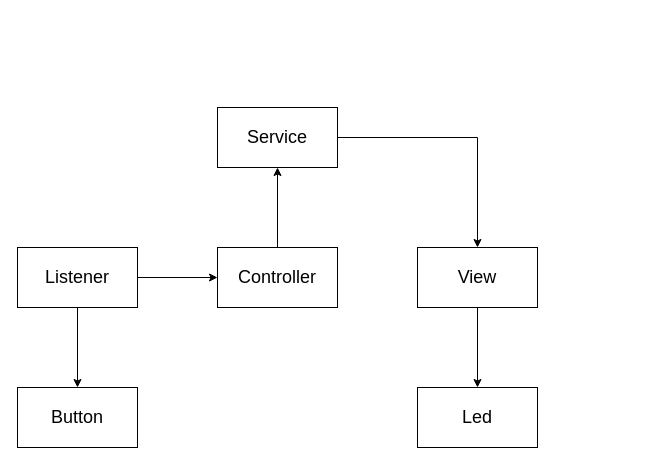
This is page "페이지-1" (1 of 2) of sw_design/architecture.drawio from parkertedlee/StandLight_Clock, a draw.io file, before an edit. Source tidied: cells renumbered, new cells numbered last; positions are measured from the earlier drawing's top-left corner, leaving out a move shared by most shapes. Both pictures are drawn from the tidied source at 100%, with x=0, y=0 at pixel (17, 107).
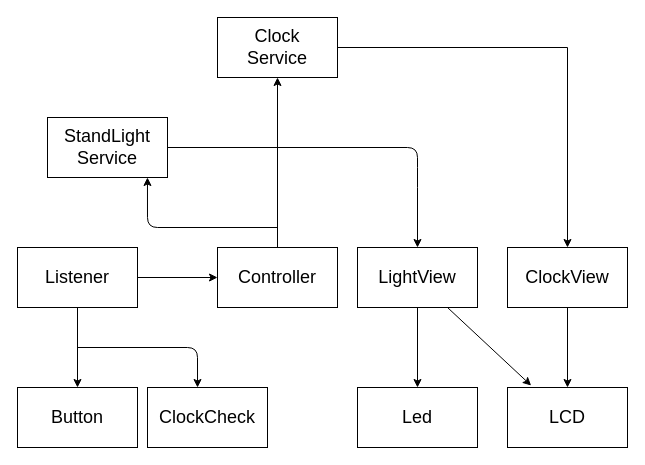
The same diagram, later.

The edit, as a diff of the source:
```diff
@@
-    <mxCell id="9" value="View" style="whiteSpace=wrap;html=1;fontSize=18;" parent="1" vertex="1">
-      <mxGeometry x="400" y="140" width="120" height="60" as="geometry" />
+    <mxCell id="9" value="ClockView" style="whiteSpace=wrap;html=1;fontSize=18;" parent="1" vertex="1">
+      <mxGeometry x="490" y="140" width="120" height="60" as="geometry" />
     </mxCell>
-    <mxCell id="10" value="Led" style="whiteSpace=wrap;html=1;fontSize=18;" parent="1" vertex="1">
-      <mxGeometry x="400" y="280" width="120" height="60" as="geometry" />
+    <mxCell id="10" value="LCD" style="whiteSpace=wrap;html=1;fontSize=18;" parent="1" vertex="1">
+      <mxGeometry x="490" y="280" width="120" height="60" as="geometry" />
     </mxCell>
     <mxCell id="11" style="edgeStyle=orthogonalEdgeStyle;html=1;exitX=1;exitY=0.5;exitDx=0;exitDy=0;entryX=0.5;entryY=0;entryDx=0;entryDy=0;fontSize=18;rounded=0;" parent="1" edge="1" source="12" target="9">
-      <mxGeometry relative="1" as="geometry" />
+      <mxGeometry relative="1" as="geometry">
+        <Array as="points">
+          <mxPoint x="550" y="-60" />
+          <mxPoint x="550" y="140" />
+        </Array>
+      </mxGeometry>
     </mxCell>
-    <mxCell id="12" value="Service" style="whiteSpace=wrap;html=1;fontSize=18;" parent="1" vertex="1">
-      <mxGeometry x="200" width="120" height="60" as="geometry" />
+    <mxCell id="12" value="Clock&lt;br&gt;Service" style="whiteSpace=wrap;html=1;fontSize=18;" parent="1" vertex="1">
+      <mxGeometry x="200" y="-90" width="120" height="60" as="geometry" />
     </mxCell>
+    <mxCell id="13" value="StandLight&lt;br&gt;Service" style="whiteSpace=wrap;html=1;fontSize=18;" parent="1" vertex="1">
+      <mxGeometry x="30" y="10" width="120" height="60" as="geometry" />
+    </mxCell>
+    <mxCell id="14" style="edgeStyle=none;html=1;fontSize=18;exitX=1;exitY=0.5;exitDx=0;exitDy=0;entryX=0.5;entryY=0;entryDx=0;entryDy=0;" parent="1" edge="1" source="13" target="19">
+      <mxGeometry relative="1" as="geometry">
+        <Array as="points">
+          <mxPoint x="400" y="40" />
+          <mxPoint x="400" y="70" />
+        </Array>
+      </mxGeometry>
+    </mxCell>
+    <mxCell id="15" style="edgeStyle=none;html=1;fontSize=18;entryX=0.833;entryY=1;entryDx=0;entryDy=0;entryPerimeter=0;" parent="1" edge="1" target="13">
+      <mxGeometry relative="1" as="geometry">
+        <mxPoint x="260" y="120" as="sourcePoint" />
+        <Array as="points">
+          <mxPoint x="130" y="120" />
+        </Array>
+      </mxGeometry>
+    </mxCell>
+    <mxCell id="16" value="Led" style="whiteSpace=wrap;html=1;fontSize=18;" parent="1" vertex="1">
+      <mxGeometry x="340" y="280" width="120" height="60" as="geometry" />
+    </mxCell>
+    <mxCell id="17" style="edgeStyle=none;html=1;entryX=0.5;entryY=0;entryDx=0;entryDy=0;" parent="1" edge="1" source="19" target="16">
+      <mxGeometry relative="1" as="geometry" />
+    </mxCell>
+    <mxCell id="18" style="edgeStyle=none;html=1;exitX=0.75;exitY=1;exitDx=0;exitDy=0;entryX=0.197;entryY=-0.033;entryDx=0;entryDy=0;entryPerimeter=0;" parent="1" edge="1" source="19" target="10">
+      <mxGeometry relative="1" as="geometry" />
+    </mxCell>
+    <mxCell id="19" value="LightView" style="whiteSpace=wrap;html=1;fontSize=18;" parent="1" vertex="1">
+      <mxGeometry x="340" y="140" width="120" height="60" as="geometry" />
+    </mxCell>
+    <mxCell id="20" value="ClockCheck" style="whiteSpace=wrap;html=1;fontSize=18;" parent="1" vertex="1">
+      <mxGeometry x="130" y="280" width="120" height="60" as="geometry" />
+    </mxCell>
+    <mxCell id="21" style="edgeStyle=none;html=1;fontSize=18;entryX=0.417;entryY=0;entryDx=0;entryDy=0;entryPerimeter=0;" parent="1" edge="1" target="20">
+      <mxGeometry relative="1" as="geometry">
+        <mxPoint x="60" y="240" as="sourcePoint" />
+        <Array as="points">
+          <mxPoint x="180" y="240" />
+        </Array>
+      </mxGeometry>
+    </mxCell>
```
